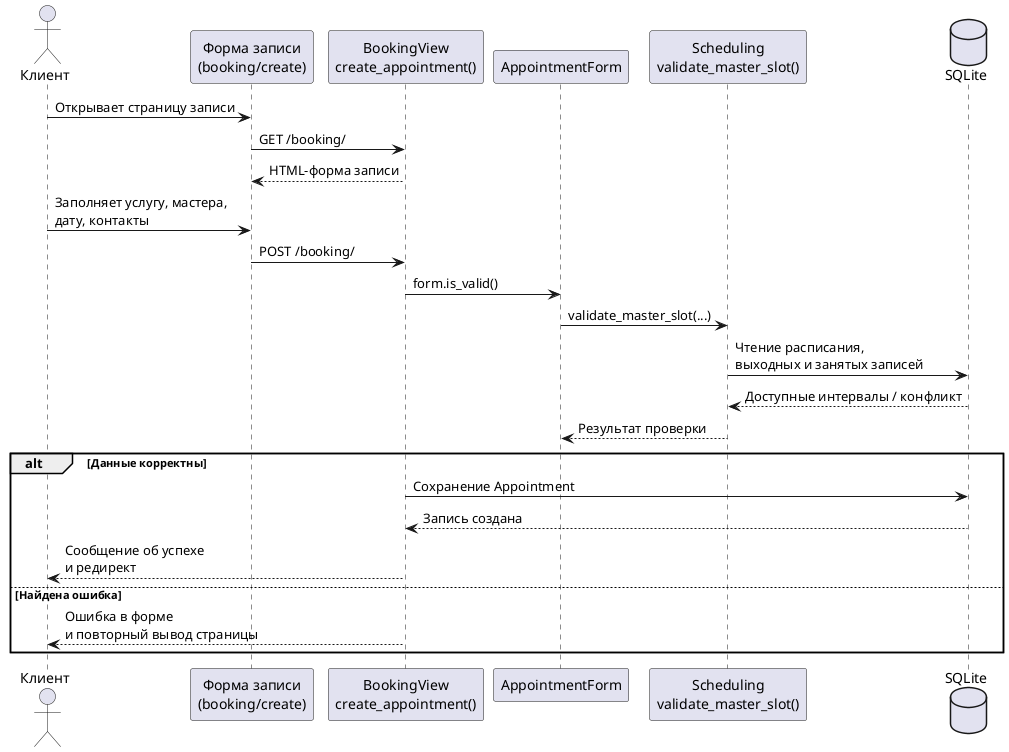
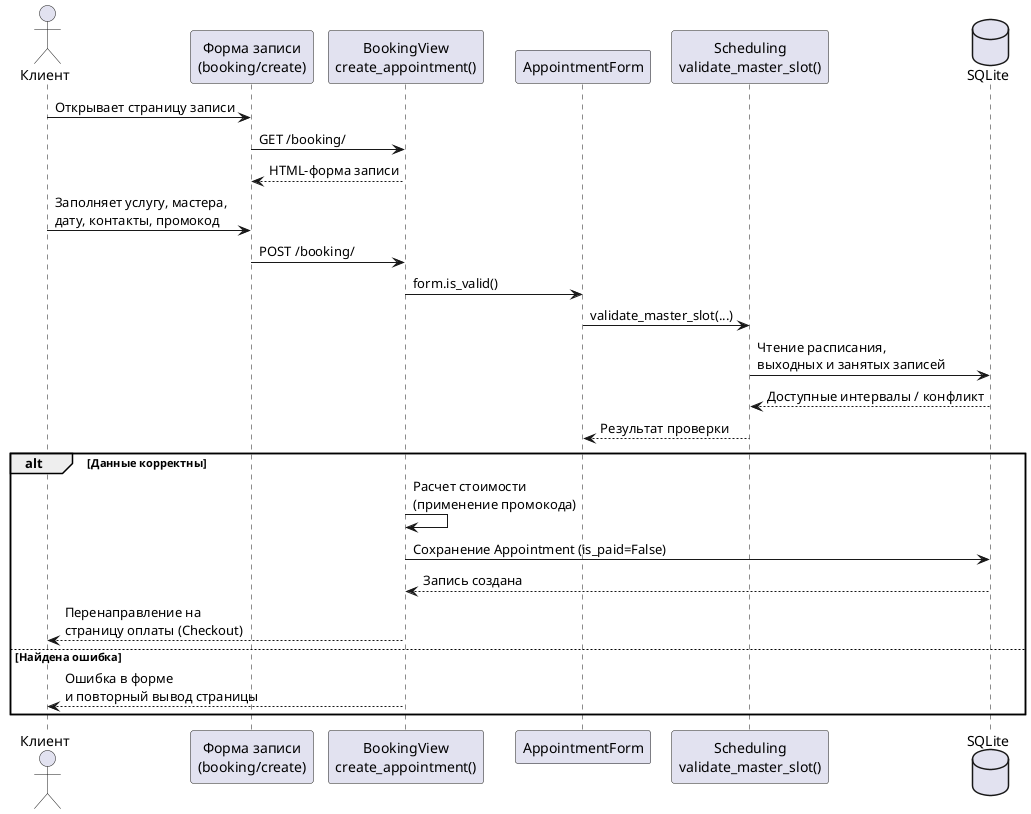
@startuml
actor "Клиент" as Client
participant "Форма записи\n(booking/create)" as Form
participant "BookingView\ncreate_appointment()" as View
participant "AppointmentForm" as AppForm
participant "Scheduling\nvalidate_master_slot()" as Scheduling
database "SQLite" as DB

Client -> Form : Открывает страницу записи
Form -> View : GET /booking/
View --> Form : HTML-форма записи

- Client -> Form : Заполняет услугу, мастера,\nдату, контакты
+ Client -> Form : Заполняет услугу, мастера,\nдату, контакты, промокод
Form -> View : POST /booking/
View -> AppForm : form.is_valid()
AppForm -> Scheduling : validate_master_slot(...)
Scheduling -> DB : Чтение расписания,\nвыходных и занятых записей
DB --> Scheduling : Доступные интервалы / конфликт
Scheduling --> AppForm : Результат проверки

alt Данные корректны
-   View -> DB : Сохранение Appointment
+   View -> View : Расчет стоимости\n(применение промокода)
+   View -> DB : Сохранение Appointment (is_paid=False)
  DB --> View : Запись создана
-   View --> Client : Сообщение об успехе\nи редирект
+   View --> Client : Перенаправление на\nстраницу оплаты (Checkout)
else Найдена ошибка
  View --> Client : Ошибка в форме\nи повторный вывод страницы
end

@enduml
